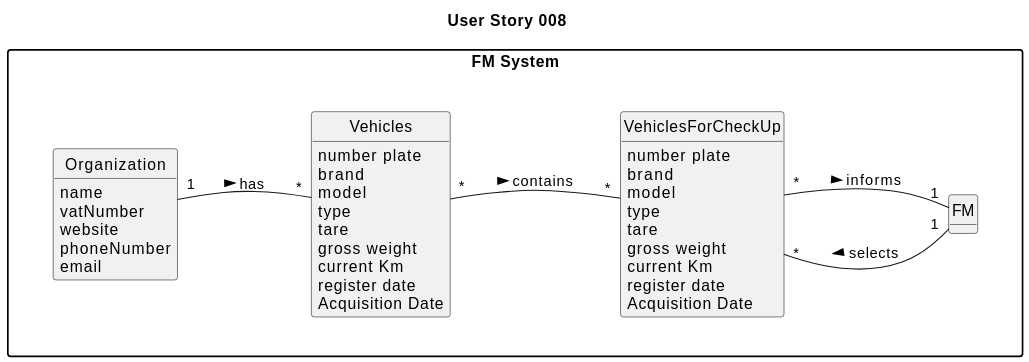
Above: docs/sprintA/us008/02.analysis/svg/us008-domain-model-User_Story_008.svg in SAEmanuel/Green_Spaces_Management_ISEP (PlantUML), before the change.
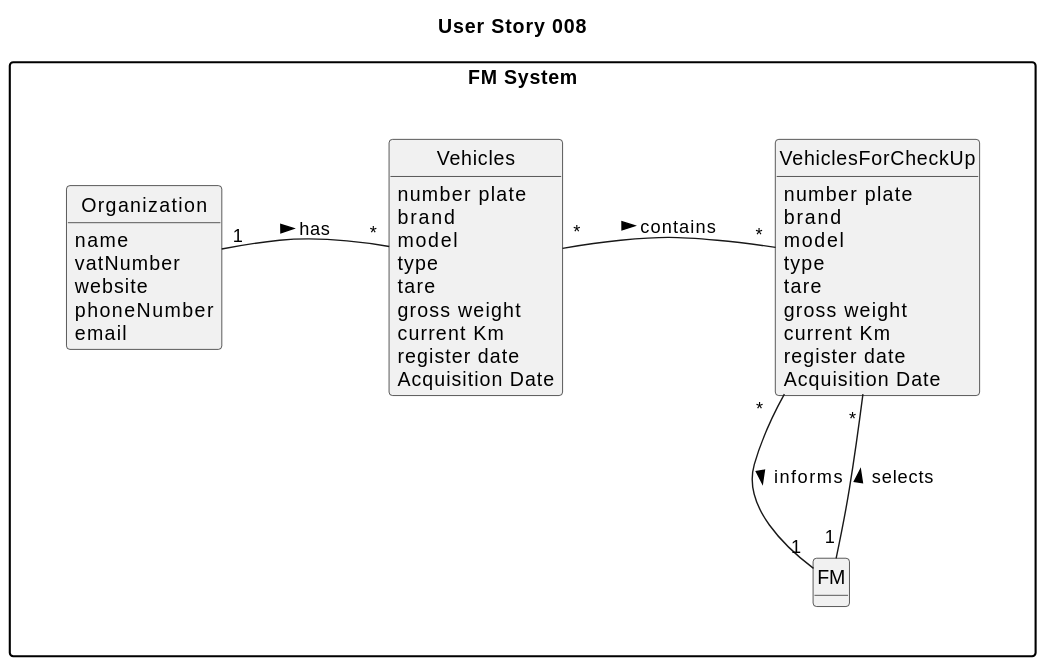
After the commit.

Change to the diagram source:
```diff
@@ -55,6 +55,6 @@
 
 Organization "1" - "*" Vehicles: has >
 Vehicles "*"- "*" VehiclesForCheckUp: contains >
-VehiclesForCheckUp "*" - "1" FM : informs >
+VehiclesForCheckUp "*" -- "1" FM : informs >
 FM "1" -- "*" VehiclesForCheckUp: selects >
 @enduml
```
